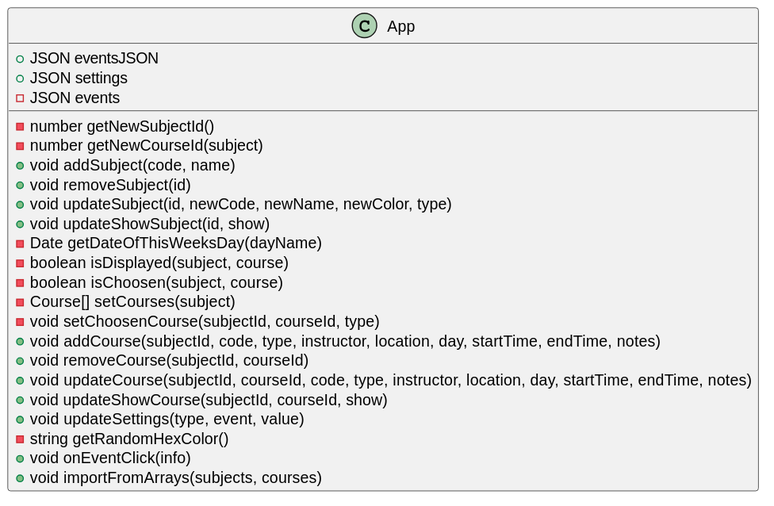
The PlantUML diagram out/uml/app/App.svg in Vdor01/orarendtervezo, before a commit.
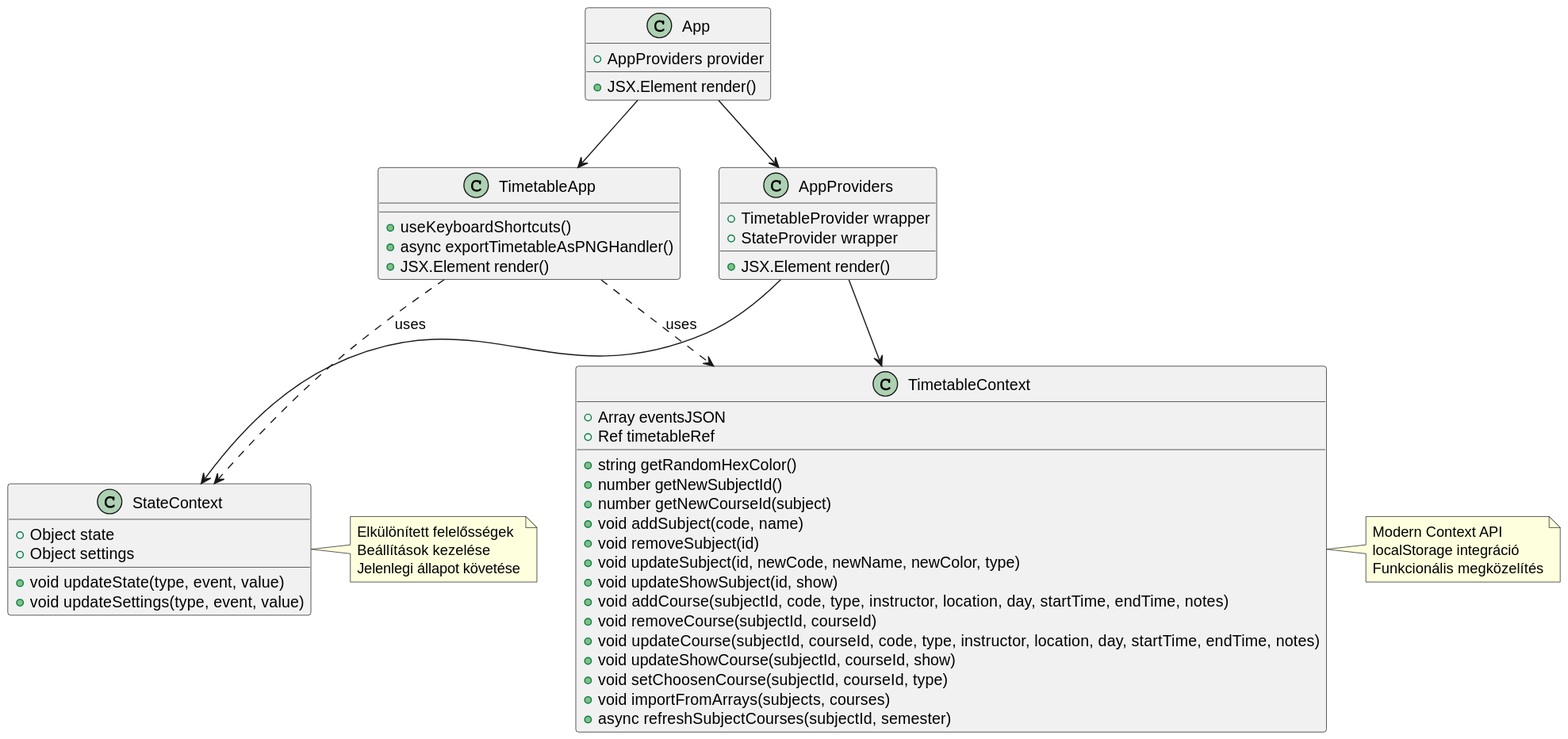
The same diagram one commit later.

What changed in the source:
```diff
@@ -1,27 +1,63 @@
 @startuml
 class App {
-    + JSON eventsJSON
-    + JSON settings
-    - JSON events
+    + JSX.Element render()
+    + AppProviders provider
+}
 
-    - number getNewSubjectId()
-    - number getNewCourseId(subject)
+class TimetableApp {
+    + useKeyboardShortcuts()
+    + async exportTimetableAsPNGHandler()
+    + JSX.Element render()
+}
+
+class TimetableContext {
+    + Array eventsJSON
+    + Ref timetableRef
+    + string getRandomHexColor()
+    + number getNewSubjectId()
+    + number getNewCourseId(subject)
     + void addSubject(code, name)
     + void removeSubject(id)
     + void updateSubject(id, newCode, newName, newColor, type)
     + void updateShowSubject(id, show)
-    - Date getDateOfThisWeeksDay(dayName)
-    - boolean isDisplayed(subject, course)
-    - boolean isChoosen(subject, course)
-    - Course[] setCourses(subject)
-    - void setChoosenCourse(subjectId, courseId, type)
     + void addCourse(subjectId, code, type, instructor, location, day, startTime, endTime, notes)
     + void removeCourse(subjectId, courseId)
     + void updateCourse(subjectId, courseId, code, type, instructor, location, day, startTime, endTime, notes)
     + void updateShowCourse(subjectId, courseId, show)
+    + void setChoosenCourse(subjectId, courseId, type)
+    + void importFromArrays(subjects, courses)
+    + async refreshSubjectCourses(subjectId, semester)
+}
+
+class StateContext {
+    + Object state
+    + void updateState(type, event, value)
+    + Object settings
     + void updateSettings(type, event, value)
-    - string getRandomHexColor()
-    + void onEventClick(info)
-    + void importFromArrays(subjects, courses)
 }
+
+class AppProviders {
+    + TimetableProvider wrapper
+    + StateProvider wrapper
+    + JSX.Element render()
+}
+
+App --> AppProviders
+AppProviders --> TimetableContext
+AppProviders --> StateContext
+App --> TimetableApp
+TimetableApp ..> TimetableContext : uses
+TimetableApp ..> StateContext : uses
+
+note right of TimetableContext
+    Modern Context API
+    localStorage integráció
+    Funkcionális megközelítés
+end note
+
+note right of StateContext
+    Elkülönített felelősségek
+    Beállítások kezelése
+    Jelenlegi állapot követése
+end note
 @enduml
```
